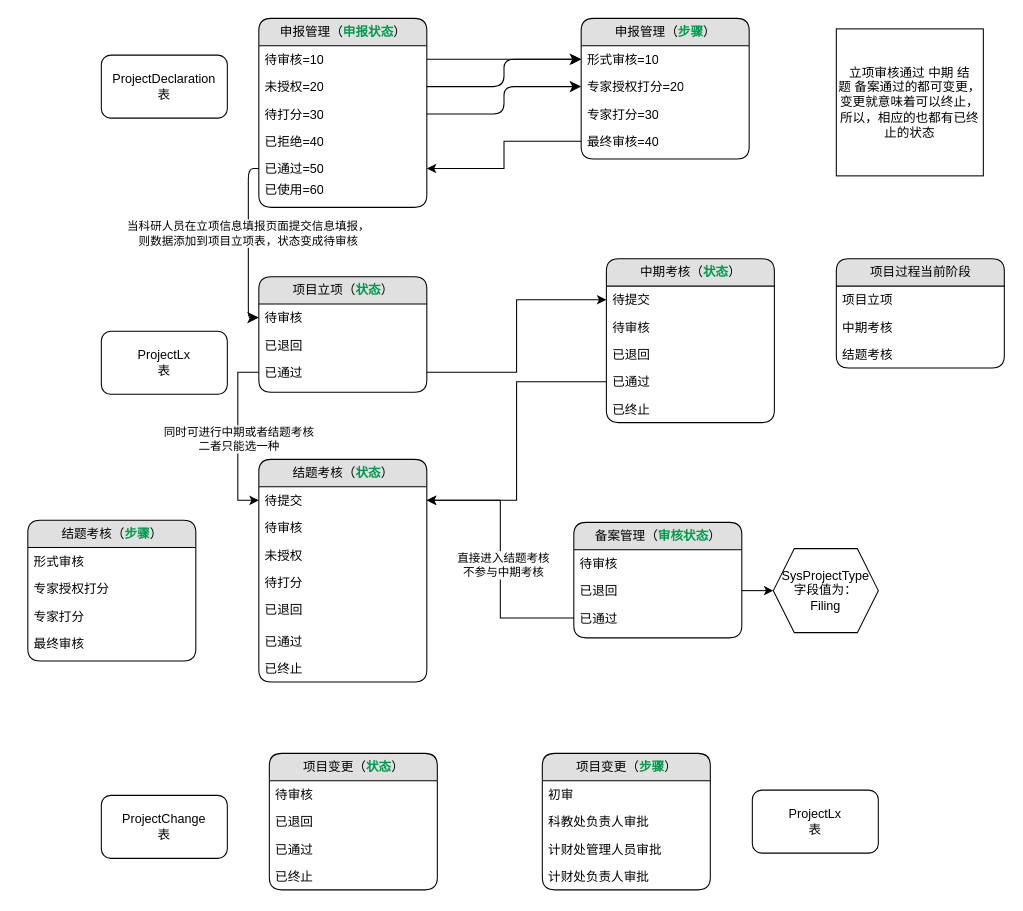
Earlier version of the draw.io diagram 未命名绘图.drawio (wanghuabei/bei). Source tidied: cells renumbered, new cells numbered last; positions are measured from the earlier drawing's top-left corner, leaving out a move shared by most shapes. Both pictures are drawn from the tidied source at 105%, with x=0, y=0 at pixel (27, 18).
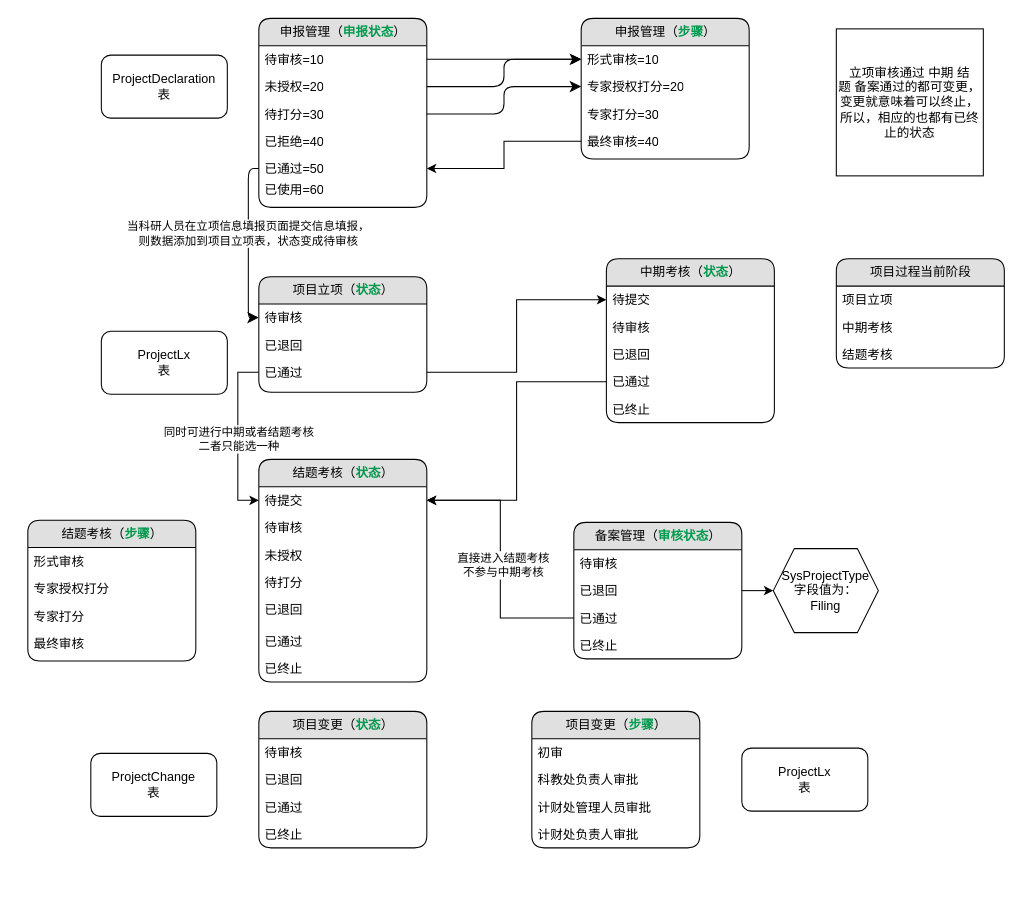
The same diagram, later.

Commit message:
更新未命名绘图.drawio

Change to the diagram source:
```diff
@@
     <mxCell id="29" value="备案管理（&lt;b&gt;&lt;font color=&quot;#00994d&quot;&gt;审核&lt;/font&gt;&lt;/b&gt;&lt;b style=&quot;border-color: var(--border-color);&quot;&gt;&lt;font style=&quot;border-color: var(--border-color);&quot; color=&quot;#00994d&quot;&gt;状态&lt;/font&gt;&lt;/b&gt;）" style="swimlane;html=1;fontStyle=0;horizontal=1;startSize=26;fillColor=#e0e0e0;swimlaneFillColor=#ffffff;align=center;rounded=1;shadow=0;comic=0;labelBackgroundColor=none;strokeWidth=1;fontFamily=Verdana;fontSize=12;" parent="1" vertex="1">
-      <mxGeometry x="520" y="480" width="160" height="110" as="geometry" />
+      <mxGeometry x="520" y="480" width="160" height="130" as="geometry" />
     </mxCell>
@@
+    <mxCell id="76" value="已终止" style="text;html=1;strokeColor=none;fillColor=none;spacingLeft=4;spacingRight=4;whiteSpace=wrap;overflow=hidden;" parent="29" vertex="1">
+      <mxGeometry y="104" width="160" height="26" as="geometry" />
+    </mxCell>
@@
     <mxCell id="59" value="项目变更（&lt;b&gt;&lt;font color=&quot;#00994d&quot;&gt;状态&lt;/font&gt;&lt;/b&gt;）" style="swimlane;html=1;fontStyle=0;horizontal=1;startSize=26;fillColor=#e0e0e0;swimlaneFillColor=#ffffff;align=center;rounded=1;shadow=0;comic=0;labelBackgroundColor=none;strokeWidth=1;fontFamily=Verdana;fontSize=12;" parent="1" vertex="1">
-      <mxGeometry x="230" y="700" width="160" height="130" as="geometry" />
+      <mxGeometry x="220" y="660" width="160" height="130" as="geometry" />
     </mxCell>
@@
     <mxCell id="64" value="ProjectChange&lt;br&gt;表" style="rounded=1;whiteSpace=wrap;html=1;" parent="1" vertex="1">
-      <mxGeometry x="70" y="740" width="120" height="60" as="geometry" />
+      <mxGeometry x="60" y="700" width="120" height="60" as="geometry" />
     </mxCell>
     <mxCell id="65" value="项目变更（&lt;b&gt;&lt;font color=&quot;#00994d&quot;&gt;步骤&lt;/font&gt;&lt;/b&gt;）" style="swimlane;html=1;fontStyle=0;horizontal=1;startSize=26;fillColor=#e0e0e0;swimlaneFillColor=#ffffff;align=center;rounded=1;shadow=0;comic=0;labelBackgroundColor=none;strokeWidth=1;fontFamily=Verdana;fontSize=12;" parent="1" vertex="1">
-      <mxGeometry x="490" y="700" width="160" height="130" as="geometry" />
+      <mxGeometry x="480" y="660" width="160" height="130" as="geometry" />
     </mxCell>
@@
     <mxCell id="70" value="ProjectLx&lt;br&gt;表" style="rounded=1;whiteSpace=wrap;html=1;" parent="1" vertex="1">
-      <mxGeometry x="690" y="735" width="120" height="60" as="geometry" />
+      <mxGeometry x="680" y="695" width="120" height="60" as="geometry" />
     </mxCell>
```
